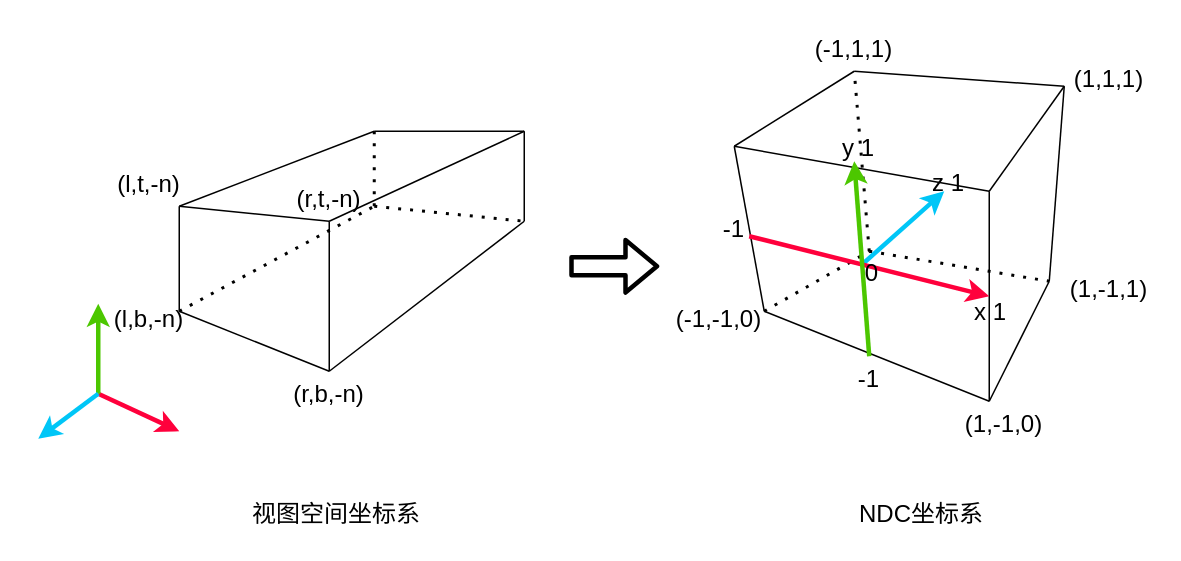
Before: drawio/ortho.drawio in lyirs/webgpu_study, a draw.io diagram. Source tidied: cells renumbered, new cells numbered last; positions are measured from the earlier drawing's top-left corner, leaving out a move shared by most shapes. Both pictures are drawn from the tidied source at 150%, with x=0, y=0 at pixel (38, 26).
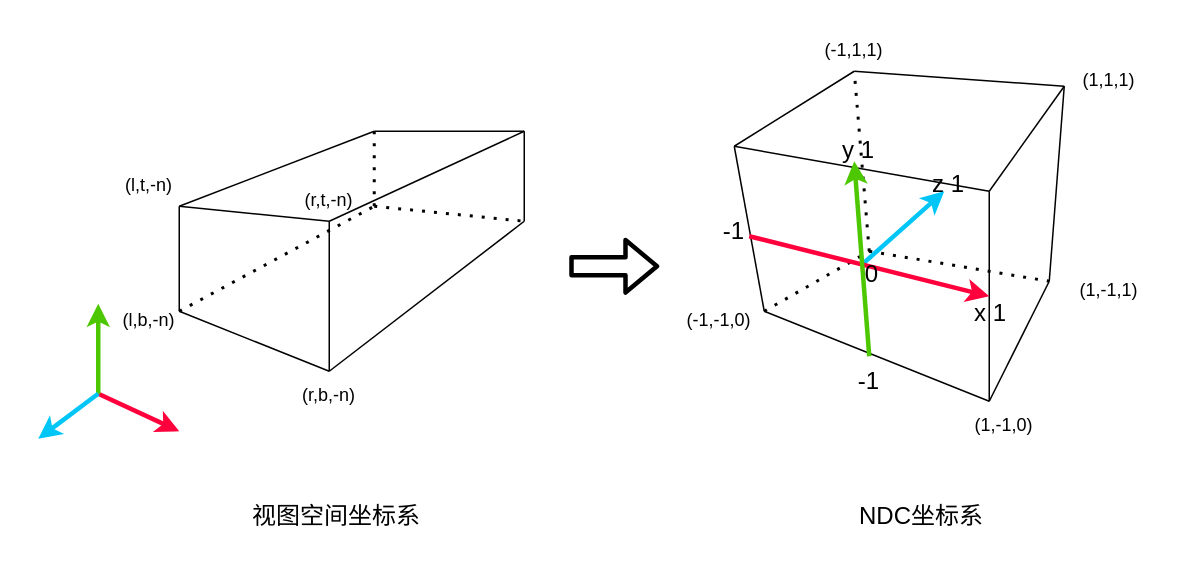
After the change.

Diff of the diagram source:
```diff
@@
-    <mxCell id="2" style="endArrow=none;html=1;" parent="1" edge="1">
+    <mxCell id="2" style="endArrow=none;" parent="1" edge="1">
       <mxGeometry relative="1" as="geometry">
         <mxPoint x="94" y="120" as="sourcePoint" />
         <mxPoint x="194" y="130" as="targetPoint" />
       </mxGeometry>
     </mxCell>
-    <mxCell id="3" style="endArrow=none;html=1;" parent="1" edge="1">
+    <mxCell id="3" style="endArrow=none;" parent="1" edge="1">
       <mxGeometry relative="1" as="geometry">
         <mxPoint x="94" y="190" as="sourcePoint" />
         <mxPoint x="94" y="120" as="targetPoint" />
       </mxGeometry>
     </mxCell>
-    <mxCell id="4" style="endArrow=none;html=1;" parent="1" edge="1">
+    <mxCell id="4" style="endArrow=none;" parent="1" edge="1">
       <mxGeometry relative="1" as="geometry">
         <mxPoint x="94" y="190" as="sourcePoint" />
         <mxPoint x="194" y="230" as="targetPoint" />
       </mxGeometry>
     </mxCell>
-    <mxCell id="5" style="endArrow=none;html=1;" parent="1" edge="1">
+    <mxCell id="5" style="endArrow=none;" parent="1" edge="1">
       <mxGeometry relative="1" as="geometry">
         <mxPoint x="194" y="230" as="sourcePoint" />
         <mxPoint x="194" y="130" as="targetPoint" />
       </mxGeometry>
     </mxCell>
-    <mxCell id="6" style="endArrow=none;html=1;" parent="1" edge="1">
+    <mxCell id="6" style="endArrow=none;" parent="1" edge="1">
       <mxGeometry relative="1" as="geometry">
         <mxPoint x="194" y="130" as="sourcePoint" />
         <mxPoint x="324" y="70" as="targetPoint" />
       </mxGeometry>
     </mxCell>
-    <mxCell id="7" style="endArrow=none;html=1;" parent="1" edge="1">
+    <mxCell id="7" style="endArrow=none;" parent="1" edge="1">
       <mxGeometry relative="1" as="geometry">
         <mxPoint x="194" y="230" as="sourcePoint" />
         <mxPoint x="324" y="130" as="targetPoint" />
       </mxGeometry>
     </mxCell>
-    <mxCell id="8" style="endArrow=none;html=1;" parent="1" edge="1">
+    <mxCell id="8" style="endArrow=none;" parent="1" edge="1">
       <mxGeometry relative="1" as="geometry">
         <mxPoint x="324" y="130" as="sourcePoint" />
         <mxPoint x="324" y="70" as="targetPoint" />
       </mxGeometry>
     </mxCell>
-    <mxCell id="9" style="endArrow=none;html=1;" parent="1" edge="1">
+    <mxCell id="9" style="endArrow=none;" parent="1" edge="1">
       <mxGeometry relative="1" as="geometry">
         <mxPoint x="94" y="120" as="sourcePoint" />
         <mxPoint x="224" y="70" as="targetPoint" />
       </mxGeometry>
     </mxCell>
-    <mxCell id="10" style="endArrow=none;html=1;" parent="1" edge="1">
+    <mxCell id="10" style="endArrow=none;" parent="1" edge="1">
       <mxGeometry relative="1" as="geometry">
         <mxPoint x="224" y="70" as="sourcePoint" />
         <mxPoint x="324" y="70" as="targetPoint" />
       </mxGeometry>
     </mxCell>
-    <mxCell id="11" style="endArrow=none;dashed=1;html=1;dashPattern=1 3;strokeWidth=2;" parent="1" edge="1">
+    <mxCell id="11" style="endArrow=none;dashed=1;dashPattern=1 3;strokeWidth=2;" parent="1" edge="1">
       <mxGeometry relative="1" as="geometry">
         <mxPoint x="94" y="190" as="sourcePoint" />
         <mxPoint x="224" y="120" as="targetPoint" />
       </mxGeometry>
     </mxCell>
-    <mxCell id="12" style="endArrow=none;dashed=1;html=1;dashPattern=1 3;strokeWidth=2;" parent="1" edge="1">
+    <mxCell id="12" style="endArrow=none;dashed=1;dashPattern=1 3;strokeWidth=2;" parent="1" edge="1">
       <mxGeometry relative="1" as="geometry">
         <mxPoint x="224" y="120" as="sourcePoint" />
         <mxPoint x="224" y="70" as="targetPoint" />
       </mxGeometry>
     </mxCell>
-    <mxCell id="13" style="endArrow=none;dashed=1;html=1;dashPattern=1 3;strokeWidth=2;" parent="1" edge="1">
+    <mxCell id="13" style="endArrow=none;dashed=1;dashPattern=1 3;strokeWidth=2;" parent="1" edge="1">
       <mxGeometry relative="1" as="geometry">
         <mxPoint x="224" y="120" as="sourcePoint" />
         <mxPoint x="324" y="130" as="targetPoint" />
       </mxGeometry>
     </mxCell>
-    <mxCell id="14" style="endArrow=none;html=1;" parent="1" edge="1">
+    <mxCell id="14" style="endArrow=none;" parent="1" edge="1">
       <mxGeometry relative="1" as="geometry">
         <mxPoint x="464" y="80" as="sourcePoint" />
         <mxPoint x="544" y="30" as="targetPoint" />
       </mxGeometry>
     </mxCell>
-    <mxCell id="15" style="endArrow=none;html=1;" parent="1" edge="1">
+    <mxCell id="15" style="endArrow=none;" parent="1" edge="1">
       <mxGeometry relative="1" as="geometry">
         <mxPoint x="544" y="30" as="sourcePoint" />
         <mxPoint x="684" y="40" as="targetPoint" />
       </mxGeometry>
     </mxCell>
-    <mxCell id="16" style="endArrow=none;html=1;" parent="1" edge="1">
+    <mxCell id="16" style="endArrow=none;" parent="1" edge="1">
       <mxGeometry relative="1" as="geometry">
         <mxPoint x="464" y="80" as="sourcePoint" />
         <mxPoint x="634" y="110" as="targetPoint" />
       </mxGeometry>
     </mxCell>
-    <mxCell id="17" style="endArrow=none;html=1;" parent="1" edge="1">
+    <mxCell id="17" style="endArrow=none;" parent="1" edge="1">
       <mxGeometry relative="1" as="geometry">
         <mxPoint x="634" y="110" as="sourcePoint" />
         <mxPoint x="684" y="40" as="targetPoint" />
       </mxGeometry>
     </mxCell>
-    <mxCell id="18" style="endArrow=none;html=1;" parent="1" edge="1">
+    <mxCell id="18" style="endArrow=none;" parent="1" edge="1">
       <mxGeometry relative="1" as="geometry">
         <mxPoint x="484" y="190" as="sourcePoint" />
         <mxPoint x="464" y="80" as="targetPoint" />
       </mxGeometry>
     </mxCell>
-    <mxCell id="19" style="endArrow=none;html=1;" parent="1" edge="1">
+    <mxCell id="19" style="endArrow=none;" parent="1" edge="1">
       <mxGeometry relative="1" as="geometry">
         <mxPoint x="484" y="190" as="sourcePoint" />
         <mxPoint x="634" y="250" as="targetPoint" />
       </mxGeometry>
     </mxCell>
-    <mxCell id="20" style="endArrow=none;html=1;" parent="1" edge="1">
+    <mxCell id="20" style="endArrow=none;" parent="1" edge="1">
       <mxGeometry relative="1" as="geometry">
         <mxPoint x="634" y="250" as="sourcePoint" />
         <mxPoint x="634" y="110" as="targetPoint" />
       </mxGeometry>
     </mxCell>
-    <mxCell id="21" style="endArrow=none;html=1;" parent="1" edge="1">
+    <mxCell id="21" style="endArrow=none;" parent="1" edge="1">
       <mxGeometry relative="1" as="geometry">
         <mxPoint x="674" y="170" as="sourcePoint" />
         <mxPoint x="684" y="40" as="targetPoint" />
       </mxGeometry>
     </mxCell>
-    <mxCell id="22" style="endArrow=none;html=1;" parent="1" edge="1">
+    <mxCell id="22" style="endArrow=none;" parent="1" edge="1">
       <mxGeometry relative="1" as="geometry">
         <mxPoint x="634" y="250" as="sourcePoint" />
         <mxPoint x="674" y="170" as="targetPoint" />
       </mxGeometry>
     </mxCell>
-    <mxCell id="23" style="endArrow=none;dashed=1;html=1;dashPattern=1 3;strokeWidth=2;" parent="1" edge="1">
+    <mxCell id="23" style="endArrow=none;dashed=1;dashPattern=1 3;strokeWidth=2;" parent="1" edge="1">
       <mxGeometry relative="1" as="geometry">
         <mxPoint x="554" y="150" as="sourcePoint" />
         <mxPoint x="544" y="30" as="targetPoint" />
       </mxGeometry>
     </mxCell>
-    <mxCell id="24" style="endArrow=none;dashed=1;html=1;dashPattern=1 3;strokeWidth=2;" parent="1" edge="1">
+    <mxCell id="24" style="endArrow=none;dashed=1;dashPattern=1 3;strokeWidth=2;" parent="1" edge="1">
       <mxGeometry relative="1" as="geometry">
         <mxPoint x="554" y="150" as="sourcePoint" />
         <mxPoint x="674" y="170" as="targetPoint" />
       </mxGeometry>
     </mxCell>
-    <mxCell id="25" style="endArrow=none;dashed=1;html=1;dashPattern=1 3;strokeWidth=2;" parent="1" edge="1">
+    <mxCell id="25" style="endArrow=none;dashed=1;dashPattern=1 3;strokeWidth=2;" parent="1" edge="1">
       <mxGeometry relative="1" as="geometry">
         <mxPoint x="484" y="190" as="sourcePoint" />
         <mxPoint x="554" y="150" as="targetPoint" />
       </mxGeometry>
     </mxCell>
-    <mxCell id="26" value="&lt;font style=&quot;font-size: 16px;&quot;&gt;(r,t,-n)&lt;/font&gt;" style="text;html=1;strokeColor=none;fillColor=none;align=center;verticalAlign=middle;whiteSpace=wrap;rounded=0;" parent="1" vertex="1">
+    <mxCell id="26" value="(r,t,-n)" style="text;strokeColor=none;fillColor=none;align=center;verticalAlign=middle;rounded=0;" parent="1" vertex="1">
       <mxGeometry x="164" y="100" width="60" height="30" as="geometry" />
     </mxCell>
-    <mxCell id="27" value="&lt;font style=&quot;font-size: 16px;&quot;&gt;(r,b,-n)&lt;/font&gt;" style="text;html=1;strokeColor=none;fillColor=none;align=center;verticalAlign=middle;whiteSpace=wrap;rounded=0;" parent="1" vertex="1">
+    <mxCell id="27" value="(r,b,-n)" style="text;strokeColor=none;fillColor=none;align=center;verticalAlign=middle;rounded=0;" parent="1" vertex="1">
       <mxGeometry x="164" y="230" width="60" height="30" as="geometry" />
     </mxCell>
-    <mxCell id="28" value="&lt;font style=&quot;font-size: 16px;&quot;&gt;(l,t,-n)&lt;/font&gt;" style="text;html=1;strokeColor=none;fillColor=none;align=center;verticalAlign=middle;whiteSpace=wrap;rounded=0;" parent="1" vertex="1">
+    <mxCell id="28" value="(l,t,-n)" style="text;strokeColor=none;fillColor=none;align=center;verticalAlign=middle;rounded=0;" parent="1" vertex="1">
       <mxGeometry x="44" y="90" width="60" height="30" as="geometry" />
     </mxCell>
-    <mxCell id="29" value="&lt;font style=&quot;font-size: 16px;&quot;&gt;(l,b,-n)&lt;/font&gt;" style="text;html=1;strokeColor=none;fillColor=none;align=center;verticalAlign=middle;whiteSpace=wrap;rounded=0;" parent="1" vertex="1">
+    <mxCell id="29" value="(l,b,-n)" style="text;strokeColor=none;fillColor=none;align=center;verticalAlign=middle;rounded=0;" parent="1" vertex="1">
       <mxGeometry x="44" y="180" width="60" height="30" as="geometry" />
     </mxCell>
-    <mxCell id="30" value="&lt;font style=&quot;font-size: 16px;&quot;&gt;(-1,-1,0)&lt;/font&gt;" style="text;html=1;strokeColor=none;fillColor=none;align=center;verticalAlign=middle;whiteSpace=wrap;rounded=0;" parent="1" vertex="1">
+    <mxCell id="30" value="(-1,-1,0)" style="text;strokeColor=none;fillColor=none;align=center;verticalAlign=middle;rounded=0;" parent="1" vertex="1">
       <mxGeometry x="424" y="180" width="60" height="30" as="geometry" />
     </mxCell>
-    <mxCell id="31" value="&lt;font style=&quot;font-size: 16px;&quot;&gt;(1,-1,0)&lt;/font&gt;" style="text;html=1;strokeColor=none;fillColor=none;align=center;verticalAlign=middle;whiteSpace=wrap;rounded=0;" parent="1" vertex="1">
+    <mxCell id="31" value="(1,-1,0)" style="text;strokeColor=none;fillColor=none;align=center;verticalAlign=middle;rounded=0;" parent="1" vertex="1">
       <mxGeometry x="614" y="250" width="60" height="30" as="geometry" />
     </mxCell>
-    <mxCell id="32" value="&lt;font style=&quot;font-size: 16px;&quot;&gt;(1,-1,1)&lt;/font&gt;" style="text;html=1;strokeColor=none;fillColor=none;align=center;verticalAlign=middle;whiteSpace=wrap;rounded=0;" parent="1" vertex="1">
+    <mxCell id="32" value="(1,-1,1)" style="text;strokeColor=none;fillColor=none;align=center;verticalAlign=middle;rounded=0;" parent="1" vertex="1">
       <mxGeometry x="684" y="160" width="60" height="30" as="geometry" />
     </mxCell>
-    <mxCell id="33" value="&lt;font style=&quot;font-size: 16px;&quot;&gt;(1,1,1)&lt;/font&gt;" style="text;html=1;strokeColor=none;fillColor=none;align=center;verticalAlign=middle;whiteSpace=wrap;rounded=0;" parent="1" vertex="1">
+    <mxCell id="33" value="(1,1,1)" style="text;strokeColor=none;fillColor=none;align=center;verticalAlign=middle;rounded=0;" parent="1" vertex="1">
       <mxGeometry x="684" y="20" width="60" height="30" as="geometry" />
     </mxCell>
-    <mxCell id="34" value="&lt;font style=&quot;font-size: 16px;&quot;&gt;(-1,1,1)&lt;/font&gt;" style="text;html=1;strokeColor=none;fillColor=none;align=center;verticalAlign=middle;whiteSpace=wrap;rounded=0;" parent="1" vertex="1">
+    <mxCell id="34" value="(-1,1,1)" style="text;strokeColor=none;fillColor=none;align=center;verticalAlign=middle;rounded=0;" parent="1" vertex="1">
       <mxGeometry x="514" width="60" height="30" as="geometry" />
     </mxCell>
-    <mxCell id="35" style="endArrow=classic;html=1;fontSize=16;fillColor=#1ba1e2;strokeColor=#00C6F7;strokeWidth=3;" parent="1" edge="1">
+    <mxCell id="35" style="endArrow=classic;fontSize=16;fillColor=#1ba1e2;strokeColor=#00C6F7;strokeWidth=3;" parent="1" edge="1">
       <mxGeometry relative="1" as="geometry">
         <mxPoint x="549" y="159" as="sourcePoint" />
         <mxPoint x="604" y="110" as="targetPoint" />
       </mxGeometry>
     </mxCell>
-    <mxCell id="36" style="endArrow=classic;html=1;fontSize=16;fillColor=#d80073;strokeColor=#FF003C;strokeWidth=3;" parent="1" edge="1">
+    <mxCell id="36" style="endArrow=classic;fontSize=16;fillColor=#d80073;strokeColor=#FF003C;strokeWidth=3;" parent="1" edge="1">
       <mxGeometry relative="1" as="geometry">
         <mxPoint x="474" y="140" as="sourcePoint" />
         <mxPoint x="634" y="180" as="targetPoint" />
       </mxGeometry>
     </mxCell>
-    <mxCell id="37" style="endArrow=classic;html=1;fontSize=16;fillColor=#60a917;strokeColor=#4CC700;strokeWidth=3;" parent="1" edge="1">
+    <mxCell id="37" style="endArrow=classic;fontSize=16;fillColor=#60a917;strokeColor=#4CC700;strokeWidth=3;" parent="1" edge="1">
       <mxGeometry relative="1" as="geometry">
         <mxPoint x="554" y="220" as="sourcePoint" />
         <mxPoint x="544" y="90" as="targetPoint" />
       </mxGeometry>
     </mxCell>
-    <mxCell id="38" value="-1" style="text;html=1;strokeColor=none;fillColor=none;align=center;verticalAlign=middle;whiteSpace=wrap;rounded=0;fontSize=16;" parent="1" vertex="1">
+    <mxCell id="38" value="-1" style="text;strokeColor=none;fillColor=none;align=center;verticalAlign=middle;rounded=0;fontSize=16;" parent="1" vertex="1">
       <mxGeometry x="524" y="220" width="60" height="30" as="geometry" />
     </mxCell>
-    <mxCell id="39" value="y 1" style="text;html=1;strokeColor=none;fillColor=none;align=center;verticalAlign=middle;whiteSpace=wrap;rounded=0;fontSize=16;" parent="1" vertex="1">
+    <mxCell id="39" value="y 1" style="text;strokeColor=none;fillColor=none;align=center;verticalAlign=middle;rounded=0;fontSize=16;" parent="1" vertex="1">
       <mxGeometry x="517" y="66" width="60" height="30" as="geometry" />
     </mxCell>
-    <mxCell id="40" value="-1" style="text;html=1;strokeColor=none;fillColor=none;align=center;verticalAlign=middle;whiteSpace=wrap;rounded=0;fontSize=16;" parent="1" vertex="1">
+    <mxCell id="40" value="-1" style="text;strokeColor=none;fillColor=none;align=center;verticalAlign=middle;rounded=0;fontSize=16;" parent="1" vertex="1">
       <mxGeometry x="434" y="120" width="60" height="30" as="geometry" />
     </mxCell>
-    <mxCell id="41" value="x 1" style="text;html=1;strokeColor=none;fillColor=none;align=center;verticalAlign=middle;whiteSpace=wrap;rounded=0;fontSize=16;" parent="1" vertex="1">
+    <mxCell id="41" value="x 1" style="text;strokeColor=none;fillColor=none;align=center;verticalAlign=middle;rounded=0;fontSize=16;" parent="1" vertex="1">
       <mxGeometry x="605" y="175" width="60" height="30" as="geometry" />
     </mxCell>
-    <mxCell id="42" value="0" style="text;html=1;strokeColor=none;fillColor=none;align=center;verticalAlign=middle;whiteSpace=wrap;rounded=0;fontSize=16;" parent="1" vertex="1">
+    <mxCell id="42" value="0" style="text;strokeColor=none;fillColor=none;align=center;verticalAlign=middle;rounded=0;fontSize=16;" parent="1" vertex="1">
       <mxGeometry x="526" y="149" width="60" height="30" as="geometry" />
     </mxCell>
-    <mxCell id="43" value="z 1" style="text;html=1;strokeColor=none;fillColor=none;align=center;verticalAlign=middle;whiteSpace=wrap;rounded=0;fontSize=16;" parent="1" vertex="1">
+    <mxCell id="43" value="z 1" style="text;strokeColor=none;fillColor=none;align=center;verticalAlign=middle;rounded=0;fontSize=16;" parent="1" vertex="1">
       <mxGeometry x="577" y="89" width="60" height="30" as="geometry" />
     </mxCell>
-    <mxCell id="44" style="shape=flexArrow;endArrow=classic;html=1;strokeWidth=3;fontSize=16;" parent="1" edge="1">
+    <mxCell id="44" style="shape=flexArrow;endArrow=classic;strokeWidth=3;fontSize=16;" parent="1" edge="1">
       <mxGeometry relative="1" as="geometry">
         <mxPoint x="354" y="160" as="sourcePoint" />
         <mxPoint x="414" y="160" as="targetPoint" />
       </mxGeometry>
     </mxCell>
-    <mxCell id="45" value="视图空间坐标系" style="text;html=1;strokeColor=none;fillColor=none;align=center;verticalAlign=middle;whiteSpace=wrap;rounded=0;fontSize=16;" parent="1" vertex="1">
+    <mxCell id="45" value="视图空间坐标系" style="text;strokeColor=none;fillColor=none;align=center;verticalAlign=middle;rounded=0;fontSize=16;" parent="1" vertex="1">
       <mxGeometry x="104" y="310" width="190" height="30" as="geometry" />
     </mxCell>
-    <mxCell id="46" value="NDC坐标系" style="text;html=1;strokeColor=none;fillColor=none;align=center;verticalAlign=middle;whiteSpace=wrap;rounded=0;fontSize=16;" parent="1" vertex="1">
+    <mxCell id="46" value="NDC坐标系" style="text;strokeColor=none;fillColor=none;align=center;verticalAlign=middle;rounded=0;fontSize=16;" parent="1" vertex="1">
       <mxGeometry x="494" y="310" width="190" height="30" as="geometry" />
     </mxCell>
-    <mxCell id="47" style="endArrow=classic;html=1;fontSize=16;fillColor=#d80073;strokeColor=#FF003C;strokeWidth=3;" parent="1" edge="1">
+    <mxCell id="47" style="endArrow=classic;fontSize=16;fillColor=#d80073;strokeColor=#FF003C;strokeWidth=3;" parent="1" edge="1">
       <mxGeometry relative="1" as="geometry">
         <mxPoint x="40" y="245" as="sourcePoint" />
         <mxPoint x="94" y="270" as="targetPoint" />
       </mxGeometry>
     </mxCell>
-    <mxCell id="48" style="endArrow=classic;html=1;fontSize=16;fillColor=#60a917;strokeColor=#4CC700;strokeWidth=3;" parent="1" edge="1">
+    <mxCell id="48" style="endArrow=classic;fontSize=16;fillColor=#60a917;strokeColor=#4CC700;strokeWidth=3;" parent="1" edge="1">
       <mxGeometry relative="1" as="geometry">
         <mxPoint x="40" y="245" as="sourcePoint" />
         <mxPoint x="40" y="185" as="targetPoint" />
       </mxGeometry>
     </mxCell>
-    <mxCell id="49" style="endArrow=classic;html=1;fontSize=16;fillColor=#1ba1e2;strokeColor=#00C6F7;strokeWidth=3;" parent="1" edge="1">
+    <mxCell id="49" style="endArrow=classic;fontSize=16;fillColor=#1ba1e2;strokeColor=#00C6F7;strokeWidth=3;" parent="1" edge="1">
       <mxGeometry relative="1" as="geometry">
         <mxPoint x="40" y="245" as="sourcePoint" />
         <mxPoint y="275" as="targetPoint" />
       </mxGeometry>
     </mxCell>
```
